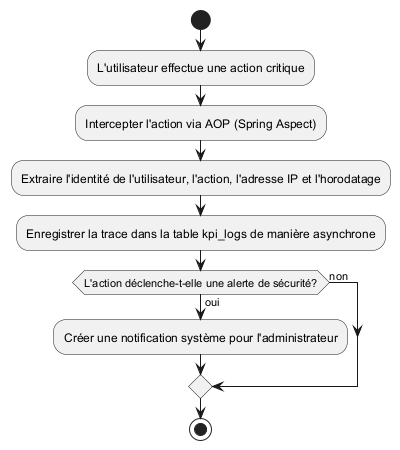
ayoubmek/PFE_data_science keeps this PlantUML diagram as Rapport/diagrams/sprint7_activity.png. Above is the earlier version. The source it was exported from:
```plantuml
@startuml sprint7_activity
start
:L'utilisateur effectue une action critique;
:Intercepter l'action via AOP (Spring Aspect);
:Extraire l'identité de l'utilisateur, l'action, l'adresse IP et l'horodatage;
:Enregistrer la trace dans la table kpi_logs de manière asynchrone;
if (L'action déclenche-t-elle une alerte de sécurité?) then (oui)
    :Créer une notification système pour l'administrateur;
else (non)
endif
stop
@enduml
```
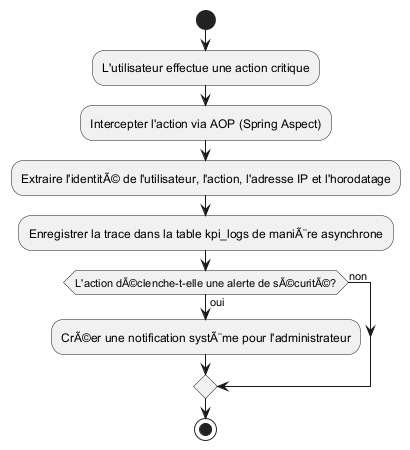
Above is the later version.

The edit, as a diff of the source:
```diff
@@ -2,10 +2,10 @@
 start
 :L'utilisateur effectue une action critique;
 :Intercepter l'action via AOP (Spring Aspect);
-:Extraire l'identité de l'utilisateur, l'action, l'adresse IP et l'horodatage;
-:Enregistrer la trace dans la table kpi_logs de manière asynchrone;
-if (L'action déclenche-t-elle une alerte de sécurité?) then (oui)
-    :Créer une notification système pour l'administrateur;
+:Extraire l'identitÃ© de l'utilisateur, l'action, l'adresse IP et l'horodatage;
+:Enregistrer la trace dans la table kpi_logs de maniÃ¨re asynchrone;
+if (L'action dÃ©clenche-t-elle une alerte de sÃ©curitÃ©?) then (oui)
+    :CrÃ©er une notification systÃ¨me pour l'administrateur;
 else (non)
 endif
 stop
```
